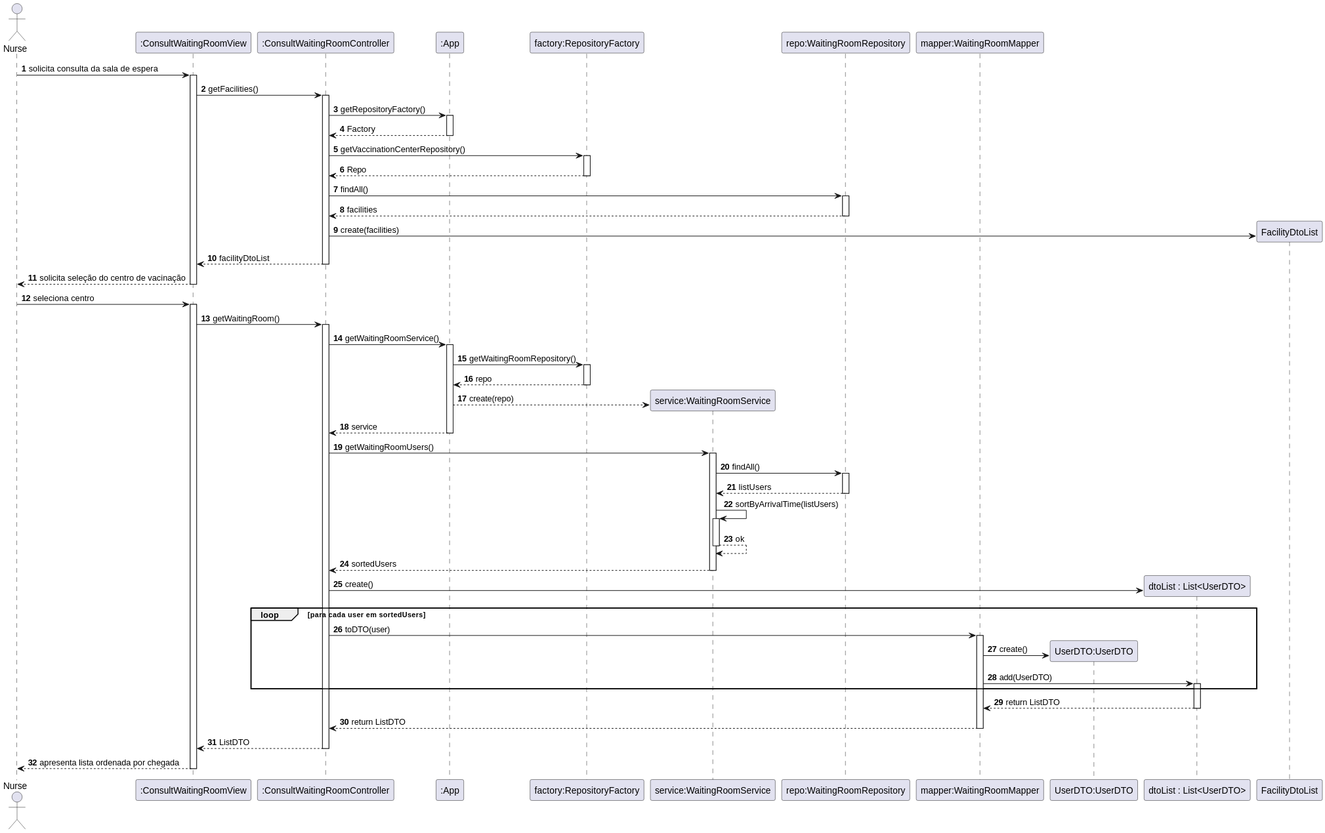
Before: docs/system-documentation/US40/svg/US40-SD.svg, a diagram exported from PlantUML (Parafita123/leti-esoft-25-26-B1). Source of this version:
```plantuml
@startuml
autonumber
autoactivate on
actor "Nurse" as Nurse
participant ":ConsultWaitingRoomView" as View
participant ":ConsultWaitingRoomController" as Ctrl
participant ":App" as App
participant "factory:RepositoryFactory" as Factory
participant "service:WaitingRoomService" as Service
participant "repo:WaitingRoomRepository" as Repo
participant "mapper:WaitingRoomMapper" as Mapper
participant "UserDTO:UserDTO" as DTO
participant "dtoList : List<UserDTO>" as ListDTO


Nurse -> View: solicita consulta da sala de espera
View -> Ctrl: getFacilities()

Ctrl -> App: getRepositoryFactory()
App --> Ctrl: Factory
Ctrl -> Factory: getVaccinationCenterRepository()
Factory --> Ctrl: Repo

Ctrl -> Repo: findAll()
Repo --> Ctrl: facilities
Ctrl -> FacilityDtoList**: create(facilities)
Ctrl --> View: facilityDtoList

View --> Nurse: solicita seleção do centro de vacinação
Nurse -> View: seleciona centro
View -> Ctrl: getWaitingRoom()


Ctrl -> App: getWaitingRoomService()
App -> Factory: getWaitingRoomRepository()
Factory --> App: repo
App --> Service**: create(repo)
App --> Ctrl: service

Ctrl -> Service: getWaitingRoomUsers()
Service -> Repo: findAll()
Repo --> Service: listUsers
Service -> Service: sortByArrivalTime(listUsers)
Service --> Service: ok
Service --> Ctrl: sortedUsers

Ctrl -> ListDTO**: create()
loop para cada user em sortedUsers
    Ctrl -> Mapper: toDTO(user)
    Mapper -> DTO**: create()
    Mapper -> ListDTO: add(UserDTO)
end loop
ListDTO --> Mapper : return ListDTO
Mapper --> Ctrl : return ListDTO
Ctrl --> View: ListDTO


View --> Nurse: apresenta lista ordenada por chegada
@enduml
```
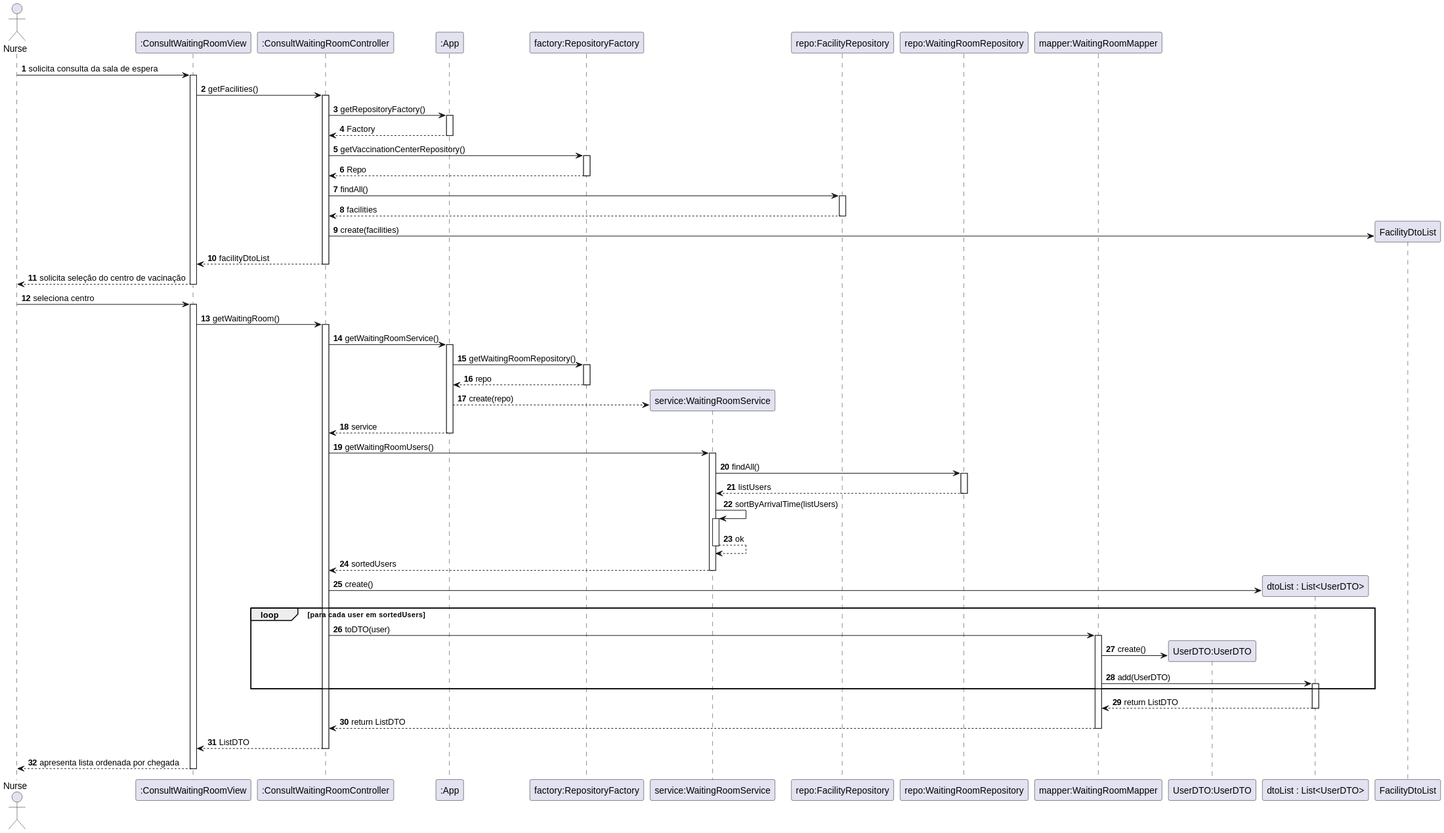
The same diagram one commit later.

Change to the diagram source:
```diff
@@ -7,7 +7,8 @@
 participant ":App" as App
 participant "factory:RepositoryFactory" as Factory
 participant "service:WaitingRoomService" as Service
-participant "repo:WaitingRoomRepository" as Repo
+participant "repo:FacilityRepository" as FacilityRepo
+participant "repo:WaitingRoomRepository" as WRRepo
 participant "mapper:WaitingRoomMapper" as Mapper
 participant "UserDTO:UserDTO" as DTO
 participant "dtoList : List<UserDTO>" as ListDTO
@@ -21,8 +22,8 @@
 Ctrl -> Factory: getVaccinationCenterRepository()
 Factory --> Ctrl: Repo
 
-Ctrl -> Repo: findAll()
-Repo --> Ctrl: facilities
+Ctrl -> FacilityRepo: findAll()
+FacilityRepo --> Ctrl: facilities
 Ctrl -> FacilityDtoList**: create(facilities)
 Ctrl --> View: facilityDtoList
 
@@ -38,8 +39,8 @@
 App --> Ctrl: service
 
 Ctrl -> Service: getWaitingRoomUsers()
-Service -> Repo: findAll()
-Repo --> Service: listUsers
+Service -> WRRepo: findAll()
+WRRepo --> Service: listUsers
 Service -> Service: sortByArrivalTime(listUsers)
 Service --> Service: ok
 Service --> Ctrl: sortedUsers
```
